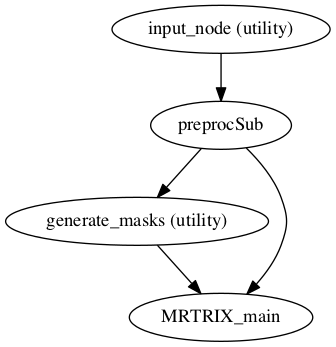
This is notebooks/workflow_graph.dot.png from BrainModes/TVB-Pypeline, a Graphviz export, as it was before one commit. Its source is kept beside it as notebooks/workflow_graph.dot.
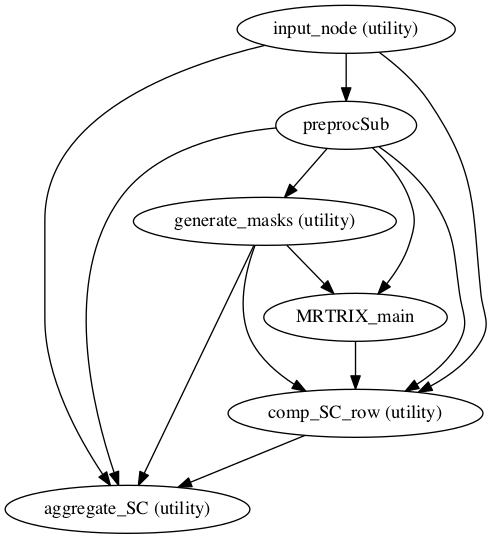
After the commit.

What changed in the source:
```diff
@@ -1,10 +1,20 @@
 strict digraph G {
+"aggregate_SC (utility)";
+preprocSub;
 "generate_masks (utility)";
 MRTRIX_main;
-preprocSub;
 "input_node (utility)";
-"generate_masks (utility)" -> MRTRIX_main;
+"comp_SC_row (utility)";
+preprocSub -> "aggregate_SC (utility)";
 preprocSub -> "generate_masks (utility)";
 preprocSub -> MRTRIX_main;
+preprocSub -> "comp_SC_row (utility)";
+"generate_masks (utility)" -> "aggregate_SC (utility)";
+"generate_masks (utility)" -> MRTRIX_main;
+"generate_masks (utility)" -> "comp_SC_row (utility)";
+MRTRIX_main -> "comp_SC_row (utility)";
+"input_node (utility)" -> "aggregate_SC (utility)";
 "input_node (utility)" -> preprocSub;
+"input_node (utility)" -> "comp_SC_row (utility)";
+"comp_SC_row (utility)" -> "aggregate_SC (utility)";
 }
```
